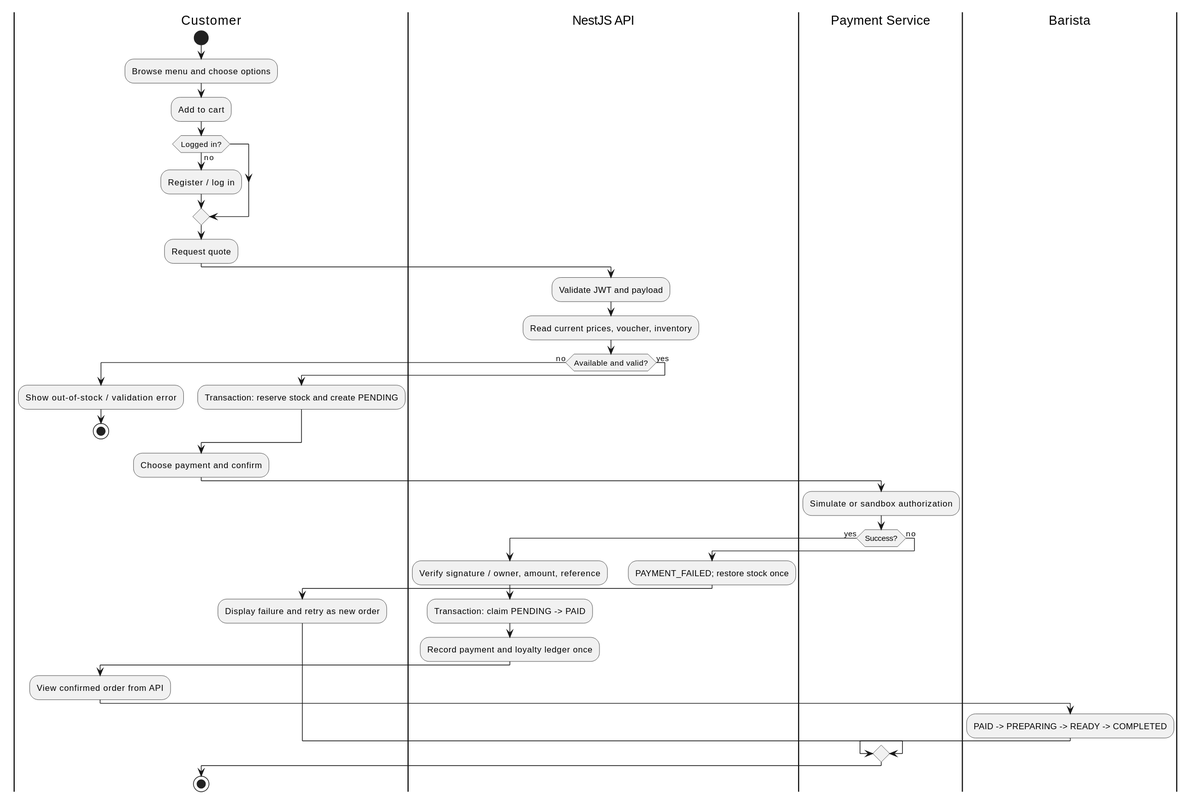
Earlier version of the PlantUML export docs/diagrams/activity-checkout.svg (https-monstiez/BrewLite-AS2). Its diagram source:
```plantuml
@startuml
!pragma layout smetana
skinparam shadowing false
skinparam defaultFontName SansSerif
|Customer|
start
:Browse menu and choose options;
:Add to cart;
if (Logged in?) then (no)
 :Register / log in;
endif
:Request quote;
|NestJS API|
:Validate JWT and payload;
:Read current prices, voucher, inventory;
if (Available and valid?) then (no)
 |Customer|
 :Show out-of-stock / validation error;
 stop
else (yes)
 :Transaction: reserve stock and create PENDING;
endif
|Customer|
:Choose payment and confirm;
|Payment Service|
:Simulate or sandbox authorization;
if (Success?) then (yes)
 |NestJS API|
 :Verify signature / owner, amount, reference;
 :Transaction: claim PENDING -> PAID;
 :Record payment and loyalty ledger once;
 |Customer|
 :View confirmed order from API;
 |Barista|
 :PAID -> PREPARING -> READY -> COMPLETED;
else (no)
 |NestJS API|
 :PAYMENT_FAILED; restore stock once;
 |Customer|
 :Display failure and retry as new order;
endif
stop
@enduml
```
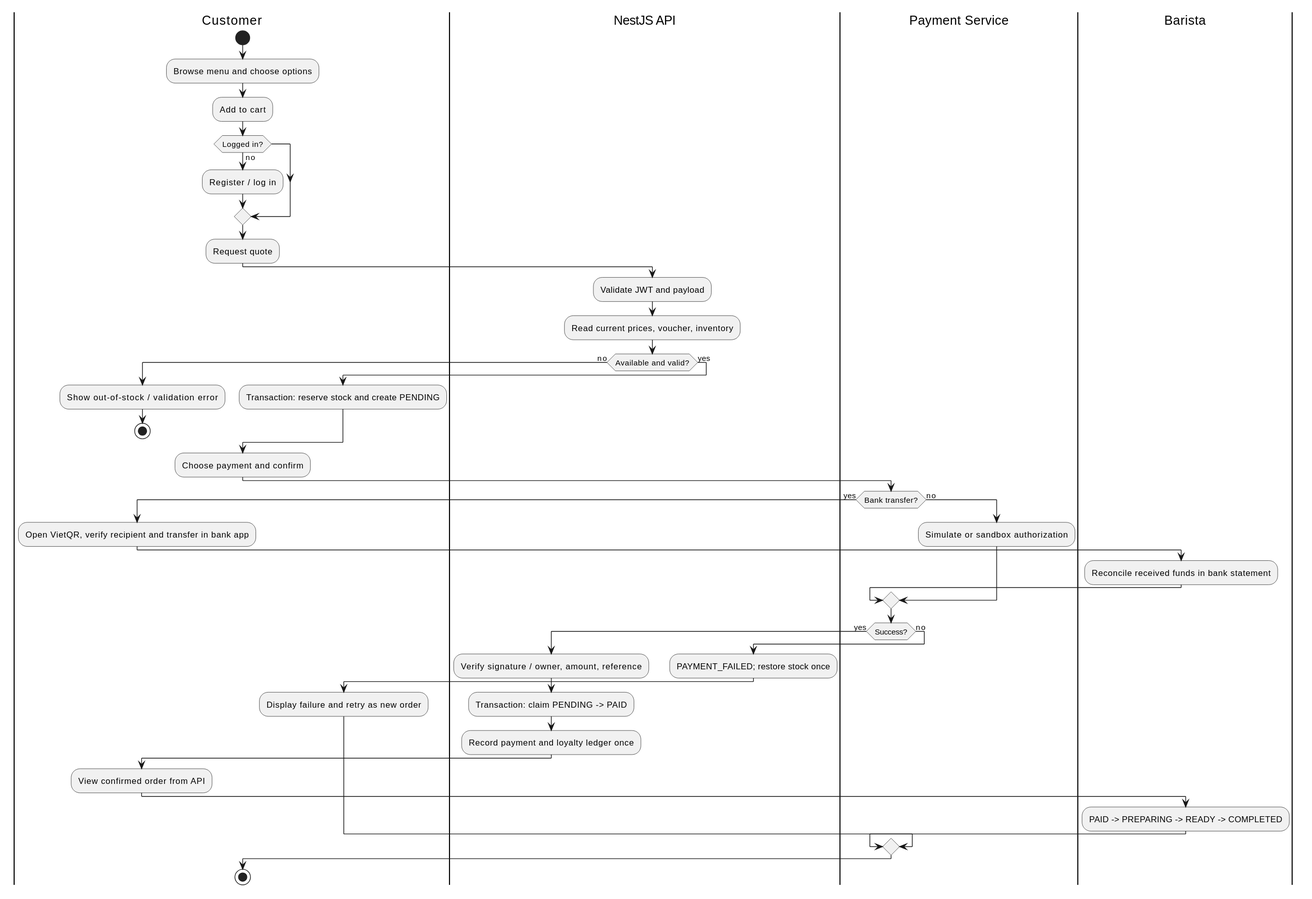
After the commit.

Change to the diagram source:
```diff
@@ -23,7 +23,15 @@
 |Customer|
 :Choose payment and confirm;
 |Payment Service|
-:Simulate or sandbox authorization;
+if (Bank transfer?) then (yes)
+ |Customer|
+ :Open VietQR, verify recipient and transfer in bank app;
+ |Barista|
+ :Reconcile received funds in bank statement;
+ |Payment Service|
+else (no)
+ :Simulate or sandbox authorization;
+endif
 if (Success?) then (yes)
  |NestJS API|
  :Verify signature / owner, amount, reference;
```
